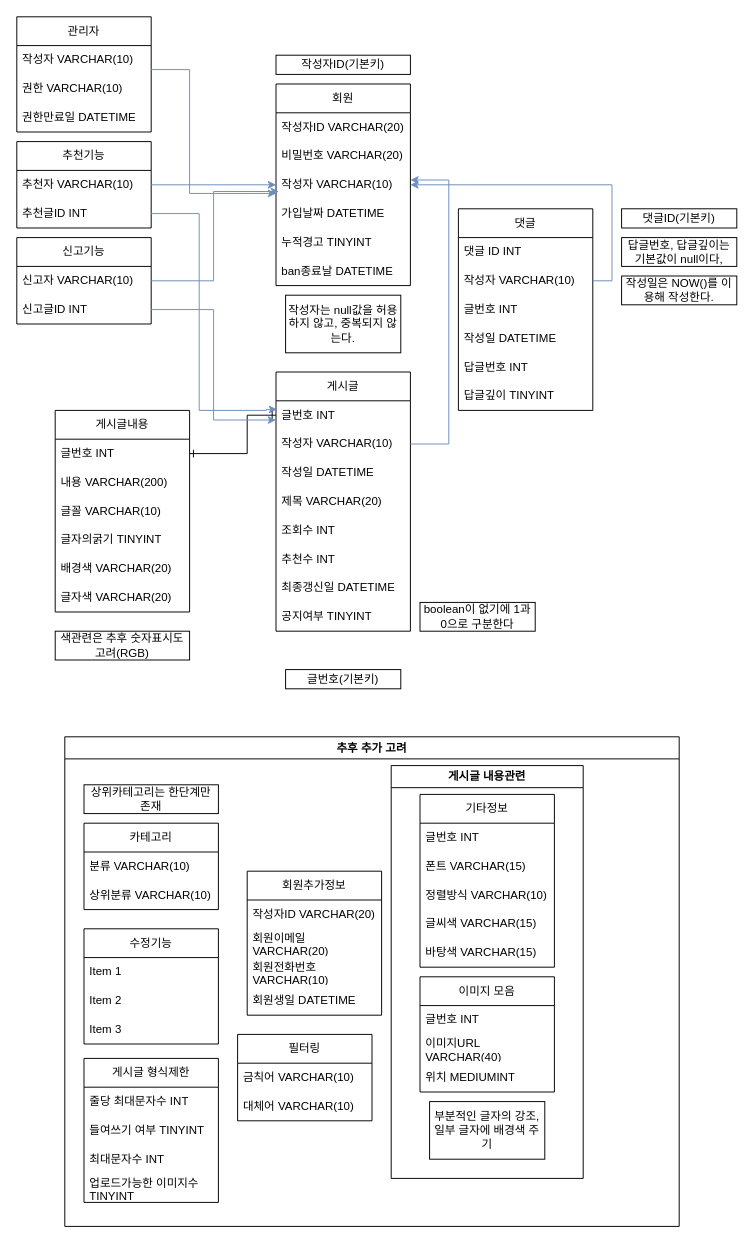
The draw.io diagram 제목 없는 다이어그램.drawio in web5-kimgangmoon/AWS1, before the edit. Source tidied: cells renumbered, new cells numbered last; positions are measured from the earlier drawing's top-left corner, leaving out a move shared by most shapes. Both pictures are drawn from the tidied source at 96%, with x=0, y=0 at pixel (16, 16).
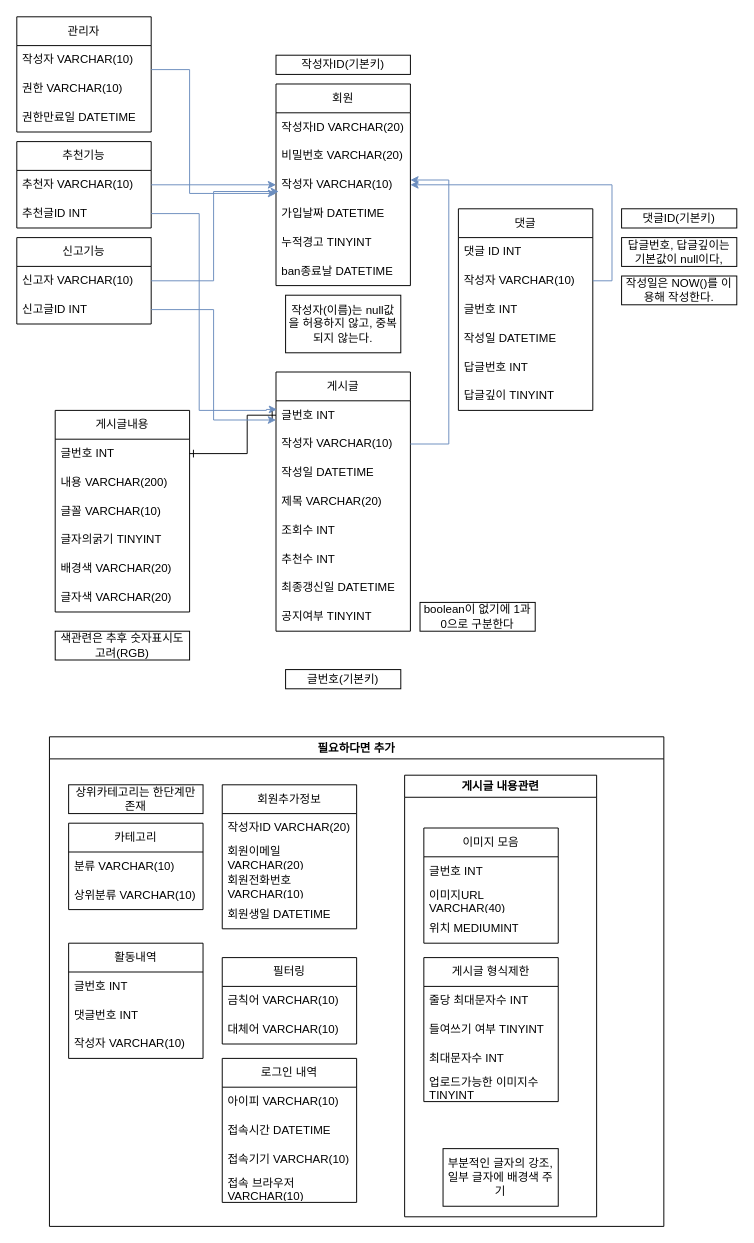
The same diagram, later.

What changed in the source:
```diff
@@
-    <mxCell id="35" value="작성자는 null값을 허용하지 않고, 중복되지 않는다." style="rounded=0;whiteSpace=wrap;html=1;" parent="1" vertex="1">
+    <mxCell id="35" value="작성자(이름)는 null값을 허용하지 않고, 중복되지 않는다." style="rounded=0;whiteSpace=wrap;html=1;" parent="1" vertex="1">
       <mxGeometry x="280" y="290" width="120" height="60" as="geometry" />
     </mxCell>
@@
-    <mxCell id="39" value="추후 추가 고려" style="swimlane;whiteSpace=wrap;html=1;" parent="1" vertex="1">
-      <mxGeometry x="50" y="750" width="640" height="510" as="geometry" />
+    <mxCell id="39" value="필요하다면 추가" style="swimlane;whiteSpace=wrap;html=1;" parent="1" vertex="1">
+      <mxGeometry x="34" y="750" width="640" height="510" as="geometry" />
     </mxCell>
@@
     <mxCell id="44" value="회원추가정보" style="swimlane;fontStyle=0;horizontal=1;startSize=30;whiteSpace=wrap;html=1;" parent="39" vertex="1">
-      <mxGeometry x="190" y="140" width="140" height="150" as="geometry" />
+      <mxGeometry x="180" y="50" width="140" height="150" as="geometry" />
     </mxCell>
@@
+    <mxCell id="60" value="게시글 내용관련" style="swimlane;whiteSpace=wrap;html=1;" parent="39" vertex="1">
+      <mxGeometry x="370" y="40" width="200" height="460" as="geometry" />
+    </mxCell>
-    <mxCell id="49" value="부분적인 글자의 강조, 일부 글자에 배경색 주기" style="rounded=0;whiteSpace=wrap;html=1;" parent="39" vertex="1">
-      <mxGeometry x="380" y="380" width="120" height="60" as="geometry" />
+    <mxCell id="49" value="부분적인 글자의 강조, 일부 글자에 배경색 주기" style="rounded=0;whiteSpace=wrap;html=1;" parent="60" vertex="1">
+      <mxGeometry x="40" y="389" width="120" height="60" as="geometry" />
     </mxCell>
-    <mxCell id="50" value="기타정보" style="swimlane;fontStyle=0;horizontal=1;startSize=30;whiteSpace=wrap;html=1;" parent="39" vertex="1">
-      <mxGeometry x="370" y="60" width="140" height="180" as="geometry" />
-    </mxCell>
-    <mxCell id="51" value="글번호 INT" style="text;strokeColor=none;fillColor=none;align=left;verticalAlign=middle;spacingLeft=4;spacingRight=4;overflow=hidden;whiteSpace=wrap;html=1;" parent="50" vertex="1">
-      <mxGeometry y="30" width="140" height="30" as="geometry" />
-    </mxCell>
-    <mxCell id="52" value="폰트 VARCHAR(15)" style="text;strokeColor=none;fillColor=none;align=left;verticalAlign=middle;spacingLeft=4;spacingRight=4;overflow=hidden;whiteSpace=wrap;html=1;" parent="50" vertex="1">
-      <mxGeometry y="60" width="140" height="30" as="geometry" />
-    </mxCell>
-    <mxCell id="53" value="정렬방식 VARCHAR(10)" style="text;strokeColor=none;fillColor=none;align=left;verticalAlign=middle;spacingLeft=4;spacingRight=4;overflow=hidden;whiteSpace=wrap;html=1;" parent="50" vertex="1">
-      <mxGeometry y="90" width="140" height="30" as="geometry" />
-    </mxCell>
-    <mxCell id="54" value="글씨색 VARCHAR(15)" style="text;strokeColor=none;fillColor=none;align=left;verticalAlign=middle;spacingLeft=4;spacingRight=4;overflow=hidden;whiteSpace=wrap;html=1;" parent="50" vertex="1">
-      <mxGeometry y="120" width="140" height="30" as="geometry" />
-    </mxCell>
-    <mxCell id="55" value="바탕색 VARCHAR(15)" style="text;strokeColor=none;fillColor=none;align=left;verticalAlign=middle;spacingLeft=4;spacingRight=4;overflow=hidden;whiteSpace=wrap;html=1;" parent="50" vertex="1">
-      <mxGeometry y="150" width="140" height="30" as="geometry" />
-    </mxCell>
-    <mxCell id="56" value="이미지 모음" style="swimlane;fontStyle=0;horizontal=1;startSize=30;whiteSpace=wrap;html=1;" parent="39" vertex="1">
-      <mxGeometry x="370" y="250" width="140" height="120" as="geometry" />
+    <mxCell id="56" value="이미지 모음" style="swimlane;fontStyle=0;horizontal=1;startSize=30;whiteSpace=wrap;html=1;" parent="60" vertex="1">
+      <mxGeometry x="20" y="55" width="140" height="120" as="geometry" />
     </mxCell>
@@
-    <mxCell id="60" value="게시글 내용관련" style="swimlane;whiteSpace=wrap;html=1;" parent="39" vertex="1">
-      <mxGeometry x="340" y="30" width="200" height="430" as="geometry" />
-    </mxCell>
-    <mxCell id="61" value="게시글 형식제한" style="swimlane;fontStyle=0;horizontal=1;startSize=30;whiteSpace=wrap;html=1;" parent="39" vertex="1">
-      <mxGeometry x="20" y="335" width="140" height="150" as="geometry" />
+    <mxCell id="61" value="게시글 형식제한" style="swimlane;fontStyle=0;horizontal=1;startSize=30;whiteSpace=wrap;html=1;" parent="60" vertex="1">
+      <mxGeometry x="20" y="190" width="140" height="150" as="geometry" />
     </mxCell>
@@
-    <mxCell id="66" value="수정기능" style="swimlane;fontStyle=0;horizontal=1;startSize=30;whiteSpace=wrap;html=1;" parent="39" vertex="1">
-      <mxGeometry x="20" y="200" width="140" height="120" as="geometry" />
-    </mxCell>
-    <mxCell id="67" value="Item 1" style="text;strokeColor=none;fillColor=none;align=left;verticalAlign=middle;spacingLeft=4;spacingRight=4;overflow=hidden;whiteSpace=wrap;html=1;" parent="66" vertex="1">
-      <mxGeometry y="30" width="140" height="30" as="geometry" />
-    </mxCell>
-    <mxCell id="68" value="Item 2" style="text;strokeColor=none;fillColor=none;align=left;verticalAlign=middle;spacingLeft=4;spacingRight=4;overflow=hidden;whiteSpace=wrap;html=1;" parent="66" vertex="1">
-      <mxGeometry y="60" width="140" height="30" as="geometry" />
-    </mxCell>
-    <mxCell id="69" value="Item 3" style="text;strokeColor=none;fillColor=none;align=left;verticalAlign=middle;spacingLeft=4;spacingRight=4;overflow=hidden;whiteSpace=wrap;html=1;" parent="66" vertex="1">
-      <mxGeometry y="90" width="140" height="30" as="geometry" />
-    </mxCell>
+    <mxCell id="82" value="필터링" style="swimlane;fontStyle=0;horizontal=1;startSize=30;whiteSpace=wrap;html=1;" parent="39" vertex="1">
+      <mxGeometry x="180" y="230" width="140" height="90" as="geometry" />
+    </mxCell>
+    <mxCell id="83" value="금칙어 VARCHAR(10)" style="text;strokeColor=none;fillColor=none;align=left;verticalAlign=middle;spacingLeft=4;spacingRight=4;overflow=hidden;whiteSpace=wrap;html=1;" parent="82" vertex="1">
+      <mxGeometry y="30" width="140" height="30" as="geometry" />
+    </mxCell>
+    <mxCell id="84" value="대체어 VARCHAR(10)" style="text;strokeColor=none;fillColor=none;align=left;verticalAlign=middle;spacingLeft=4;spacingRight=4;overflow=hidden;whiteSpace=wrap;html=1;" parent="82" vertex="1">
+      <mxGeometry y="60" width="140" height="30" as="geometry" />
+    </mxCell>
+    <mxCell id="93" value="로그인 내역" style="swimlane;fontStyle=0;horizontal=1;startSize=30;whiteSpace=wrap;html=1;" parent="39" vertex="1">
+      <mxGeometry x="180" y="335" width="140" height="150" as="geometry" />
+    </mxCell>
+    <mxCell id="94" value="아이피 VARCHAR(10)" style="text;strokeColor=none;fillColor=none;align=left;verticalAlign=middle;spacingLeft=4;spacingRight=4;overflow=hidden;whiteSpace=wrap;html=1;" parent="93" vertex="1">
+      <mxGeometry y="30" width="140" height="30" as="geometry" />
+    </mxCell>
+    <mxCell id="95" value="접속시간 DATETIME" style="text;strokeColor=none;fillColor=none;align=left;verticalAlign=middle;spacingLeft=4;spacingRight=4;overflow=hidden;whiteSpace=wrap;html=1;" parent="93" vertex="1">
+      <mxGeometry y="60" width="140" height="30" as="geometry" />
+    </mxCell>
+    <mxCell id="96" value="접속기기 VARCHAR(10)" style="text;strokeColor=none;fillColor=none;align=left;verticalAlign=middle;spacingLeft=4;spacingRight=4;overflow=hidden;whiteSpace=wrap;html=1;" parent="93" vertex="1">
+      <mxGeometry y="90" width="140" height="30" as="geometry" />
+    </mxCell>
+    <mxCell id="97" value="접속 브라우저 VARCHAR(10)" style="text;strokeColor=none;fillColor=none;align=left;verticalAlign=middle;spacingLeft=4;spacingRight=4;overflow=hidden;whiteSpace=wrap;html=1;" parent="93" vertex="1">
+      <mxGeometry y="120" width="140" height="30" as="geometry" />
+    </mxCell>
+    <mxCell id="98" value="활동내역" style="swimlane;fontStyle=0;horizontal=1;startSize=30;whiteSpace=wrap;html=1;" parent="39" vertex="1">
+      <mxGeometry x="20" y="215" width="140" height="120" as="geometry" />
+    </mxCell>
+    <mxCell id="51" value="글번호 INT" style="text;strokeColor=none;fillColor=none;align=left;verticalAlign=middle;spacingLeft=4;spacingRight=4;overflow=hidden;whiteSpace=wrap;html=1;" parent="98" vertex="1">
+      <mxGeometry y="30" width="140" height="30" as="geometry" />
+    </mxCell>
+    <mxCell id="99" value="댓글번호 INT" style="text;strokeColor=none;fillColor=none;align=left;verticalAlign=middle;spacingLeft=4;spacingRight=4;overflow=hidden;whiteSpace=wrap;html=1;" parent="98" vertex="1">
+      <mxGeometry y="60" width="140" height="30" as="geometry" />
+    </mxCell>
+    <mxCell id="100" value="작성자 VARCHAR(10)" style="text;strokeColor=none;fillColor=none;align=left;verticalAlign=middle;spacingLeft=4;spacingRight=4;overflow=hidden;whiteSpace=wrap;html=1;" parent="98" vertex="1">
+      <mxGeometry y="90" width="140" height="30" as="geometry" />
+    </mxCell>
@@
-    <mxCell id="82" value="필터링" style="swimlane;fontStyle=0;horizontal=1;startSize=30;whiteSpace=wrap;html=1;" parent="1" vertex="1">
-      <mxGeometry x="230" y="1060" width="140" height="90" as="geometry" />
-    </mxCell>
-    <mxCell id="83" value="금칙어 VARCHAR(10)" style="text;strokeColor=none;fillColor=none;align=left;verticalAlign=middle;spacingLeft=4;spacingRight=4;overflow=hidden;whiteSpace=wrap;html=1;" parent="82" vertex="1">
-      <mxGeometry y="30" width="140" height="30" as="geometry" />
-    </mxCell>
-    <mxCell id="84" value="대체어 VARCHAR(10)" style="text;strokeColor=none;fillColor=none;align=left;verticalAlign=middle;spacingLeft=4;spacingRight=4;overflow=hidden;whiteSpace=wrap;html=1;" parent="82" vertex="1">
-      <mxGeometry y="60" width="140" height="30" as="geometry" />
-    </mxCell>
```
